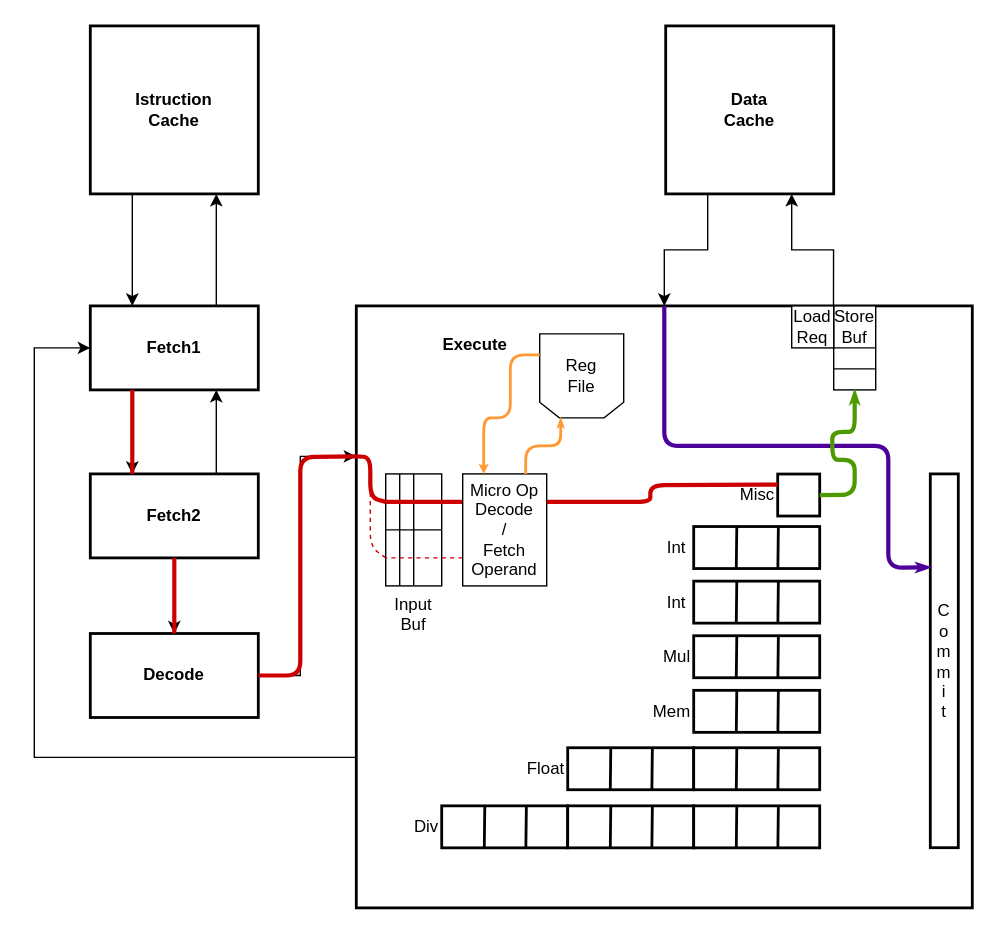
Earlier version of the draw.io diagram Diagrammi/MinorArmStoreOp.drawio (The90Frank/MinorArmAnalyzer). Source tidied: cells renumbered, new cells numbered last; positions are measured from the earlier drawing's top-left corner, leaving out a move shared by most shapes. Both pictures are drawn from the tidied source at 140%, with x=0, y=0 at pixel (34, 25).
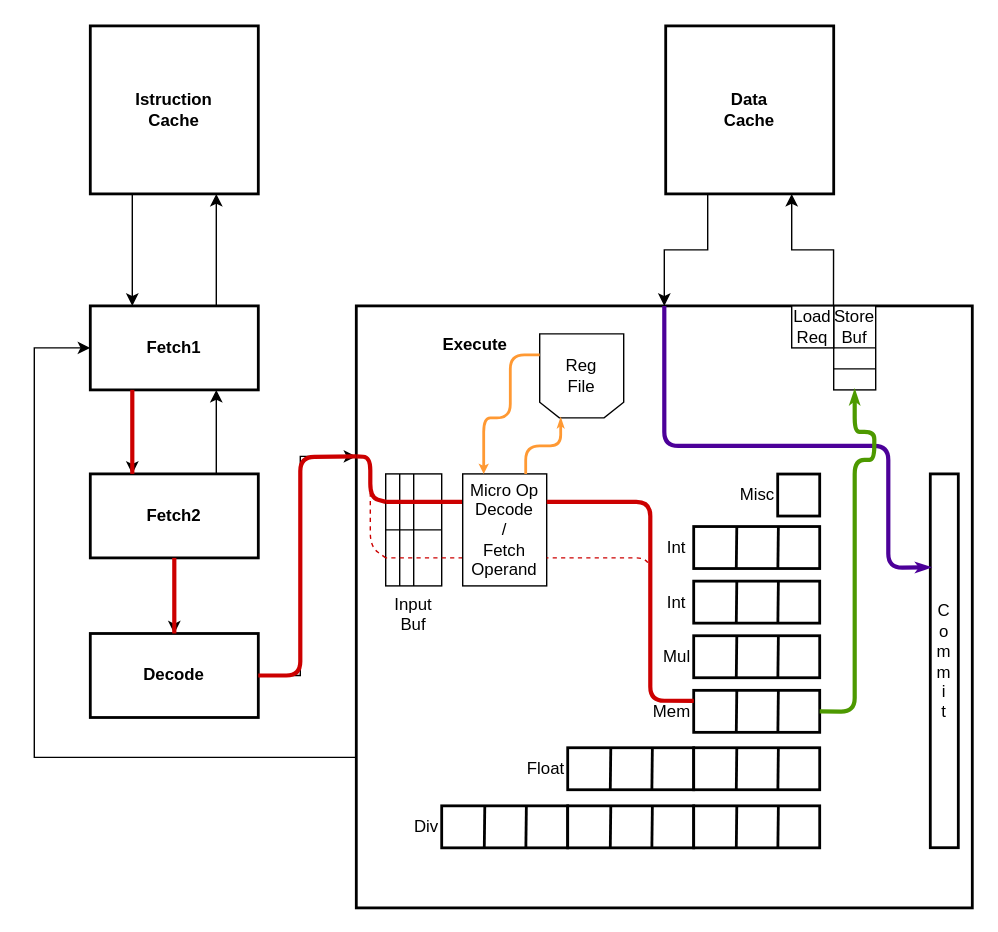
The same page after the edit.

The change refers to these unchanged cells:
```xml
<mxCell id="38" value="Mem" style="rounded=0;whiteSpace=wrap;html=1;align=right;labelPosition=left;verticalLabelPosition=middle;verticalAlign=middle;strokeWidth=2;" parent="1" vertex="1">
  <mxGeometry x="471" y="474.6" width="90" height="30" as="geometry" />
</mxCell>
<mxCell id="41" value="Misc" style="rounded=0;whiteSpace=wrap;html=1;align=right;labelPosition=left;verticalLabelPosition=middle;verticalAlign=middle;strokeWidth=2;" parent="1" vertex="1">
  <mxGeometry x="531" y="320.1" width="30" height="30" as="geometry" />
</mxCell>
<mxCell id="42" style="rounded=0;whiteSpace=wrap;html=1;align=left;verticalAlign=top;labelPosition=right;verticalLabelPosition=middle;" parent="1" vertex="1">
  <mxGeometry x="571" y="200" width="30" height="60" as="geometry" />
</mxCell>
<mxCell id="60" value="Micro Op&lt;br&gt;Decode&lt;br&gt;/&lt;br&gt;Fetch&lt;br&gt;Operand" style="rounded=0;whiteSpace=wrap;html=1;" parent="1" vertex="1">
  <mxGeometry x="306" y="320" width="60" height="80" as="geometry" />
</mxCell>
```

Diff of the diagram source:
```diff
@@
-    <mxCell id="63" style="endArrow=none;html=1;strokeColor=#CC0000;strokeWidth=3;entryX=1;entryY=0.25;entryDx=0;entryDy=0;exitX=0;exitY=0.25;exitDx=0;exitDy=0;endSize=6;endFill=0;startArrow=none;startFill=0;startSize=1;" parent="1" edge="1" source="41" target="60">
+    <mxCell id="63" style="endArrow=none;html=1;strokeColor=#CC0000;strokeWidth=3;entryX=1;entryY=0.25;entryDx=0;entryDy=0;exitX=0;exitY=0.25;exitDx=0;exitDy=0;endSize=6;endFill=0;startArrow=none;startFill=0;startSize=1;" parent="1" edge="1" source="38" target="60">
       <mxGeometry relative="1" as="geometry">
         <Array as="points">
-          <mxPoint x="440" y="328" />
+          <mxPoint x="440" y="482" />
           <mxPoint x="440" y="340" />
         </Array>
       </mxGeometry>
     </mxCell>
@@
-    <mxCell id="69" style="endArrow=classicThin;html=1;strokeColor=#4D9900;strokeWidth=3;endSize=1;startSize=1;endFill=1;entryX=0.5;entryY=1;entryDx=0;entryDy=0;exitX=1;exitY=0.5;exitDx=0;exitDy=0;" parent="1" edge="1" source="41" target="42">
+    <mxCell id="69" style="endArrow=classicThin;html=1;strokeColor=#4D9900;strokeWidth=3;endSize=1;startSize=1;endFill=1;entryX=0.5;entryY=1;entryDx=0;entryDy=0;exitX=1;exitY=0.5;exitDx=0;exitDy=0;" parent="1" edge="1" source="38" target="42">
       <mxGeometry relative="1" as="geometry">
         <Array as="points">
-          <mxPoint x="586" y="335" />
+          <mxPoint x="586" y="490" />
           <mxPoint x="586" y="310" />
-          <mxPoint x="570" y="310" />
-          <mxPoint x="570" y="290" />
+          <mxPoint x="600" y="310" />
+          <mxPoint x="600" y="290" />
           <mxPoint x="586" y="290" />
         </Array>
       </mxGeometry>
     </mxCell>
+    <mxCell id="70" style="endArrow=none;dashed=1;html=1;strokeColor=#CC0000;strokeWidth=1;exitX=0;exitY=0.25;exitDx=0;exitDy=0;entryX=1;entryY=0.75;entryDx=0;entryDy=0;" parent="1" edge="1" source="38" target="60">
+      <mxGeometry relative="1" as="geometry">
+        <Array as="points">
+          <mxPoint x="440" y="482" />
+          <mxPoint x="440" y="380" />
+        </Array>
+      </mxGeometry>
+    </mxCell>
```
